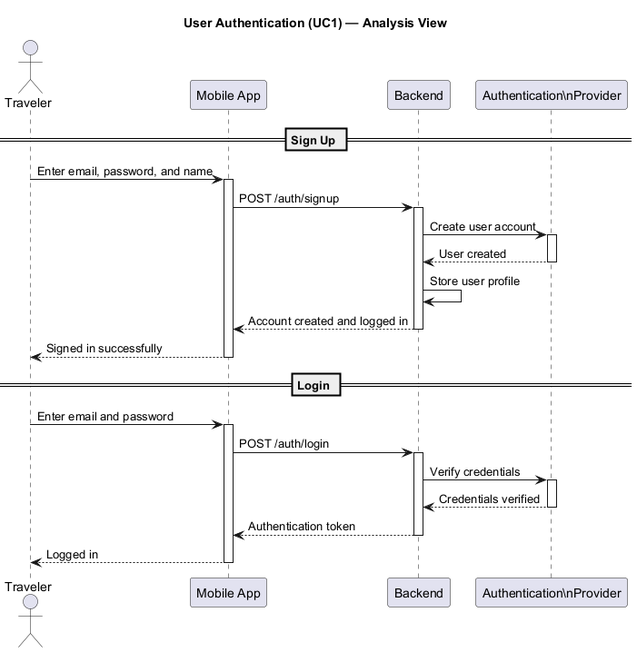
Above: docs/Diagrams/Auth_Flow.png in AbdelrahmanMostafa33/TourMate-AI (PlantUML), before the change. Its diagram source:
```plantuml
@startuml Auth_Flow
title User Authentication (UC1) — Analysis View

actor Traveler
participant "Mobile App" as App
participant "Backend" as Backend
participant "Authentication\\nProvider" as AuthProvider

== Sign Up ==

Traveler -> App: Enter email, password, and name
activate App

App -> Backend: POST /auth/signup
activate Backend

Backend -> AuthProvider: Create user account
activate AuthProvider
AuthProvider --> Backend: User created
deactivate AuthProvider

Backend -> Backend: Store user profile
Backend --> App: Account created and logged in
deactivate Backend

App --> Traveler: Signed in successfully
deactivate App

== Login ==

Traveler -> App: Enter email and password
activate App

App -> Backend: POST /auth/login
activate Backend

Backend -> AuthProvider: Verify credentials
activate AuthProvider
AuthProvider --> Backend: Credentials verified
deactivate AuthProvider

Backend --> App: Authentication token
deactivate Backend

App --> Traveler: Logged in
deactivate App

@enduml
```
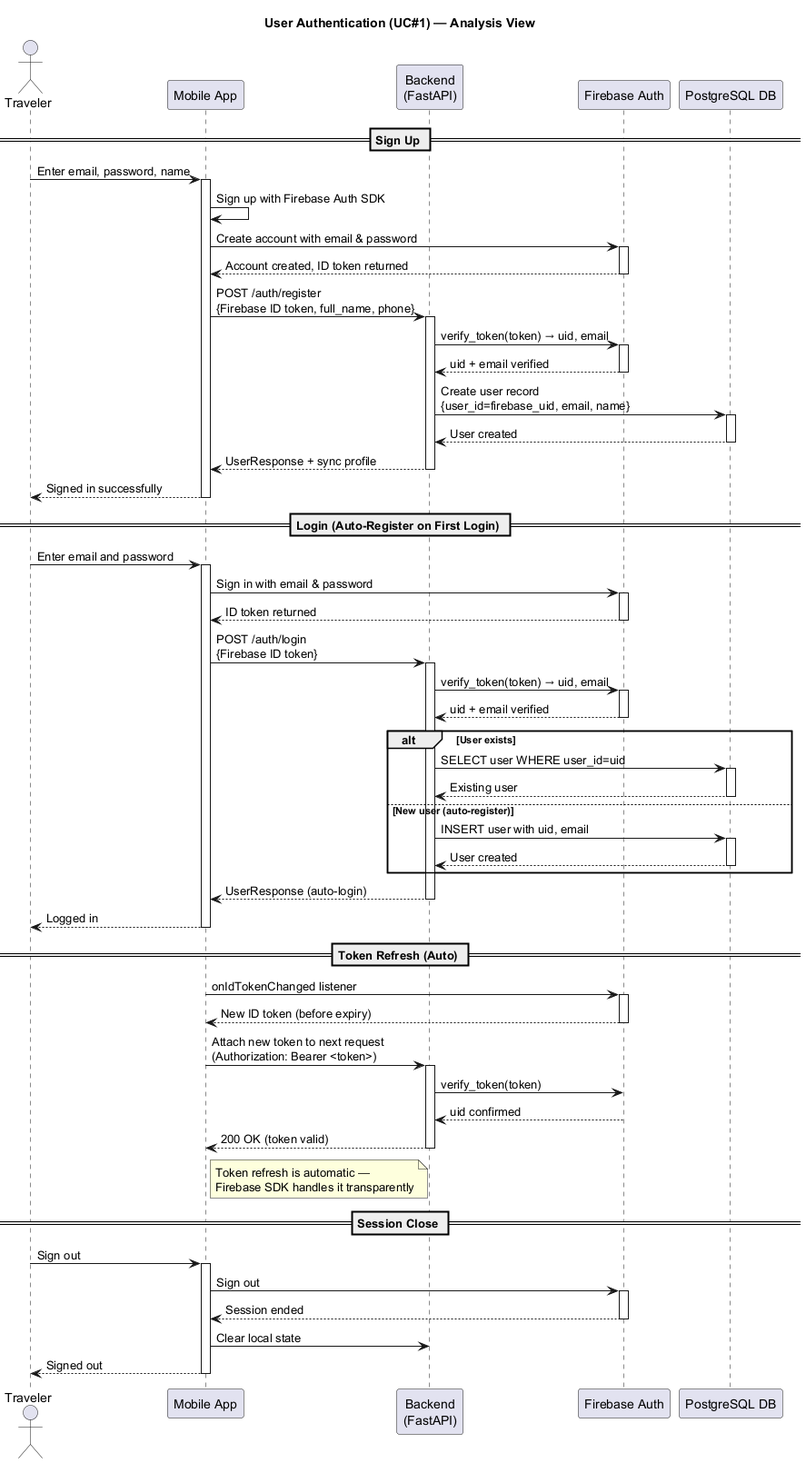
After the commit.

The edit, as a diff of the source:
```diff
@@ -1,48 +1,107 @@
 @startuml Auth_Flow
-title User Authentication (UC1) — Analysis View
+title User Authentication (UC#1) — Analysis View
 
 actor Traveler
 participant "Mobile App" as App
-participant "Backend" as Backend
-participant "Authentication\\nProvider" as AuthProvider
+participant "Backend\n(FastAPI)" as Backend
+participant "Firebase Auth" as Firebase
+participant "PostgreSQL DB" as DB
 
 == Sign Up ==
 
-Traveler -> App: Enter email, password, and name
+Traveler -> App: Enter email, password, name
 activate App
 
-App -> Backend: POST /auth/signup
+App -> App: Sign up with Firebase Auth SDK
+
+App -> Firebase: Create account with email & password
+activate Firebase
+Firebase --> App: Account created, ID token returned
+deactivate Firebase
+
+App -> Backend: POST /auth/register\n{Firebase ID token, full_name, phone}
 activate Backend
 
-Backend -> AuthProvider: Create user account
-activate AuthProvider
-AuthProvider --> Backend: User created
-deactivate AuthProvider
+Backend -> Firebase: verify_token(token) → uid, email
+activate Firebase
+Firebase --> Backend: uid + email verified
+deactivate Firebase
 
-Backend -> Backend: Store user profile
-Backend --> App: Account created and logged in
+Backend -> DB: Create user record\n{user_id=firebase_uid, email, name}
+activate DB
+DB --> Backend: User created
+deactivate DB
+
+Backend --> App: UserResponse + sync profile
 deactivate Backend
 
 App --> Traveler: Signed in successfully
 deactivate App
 
-== Login ==
+== Login (Auto-Register on First Login) ==
 
 Traveler -> App: Enter email and password
 activate App
 
-App -> Backend: POST /auth/login
+App -> Firebase: Sign in with email & password
+activate Firebase
+Firebase --> App: ID token returned
+deactivate Firebase
+
+App -> Backend: POST /auth/login\n{Firebase ID token}
 activate Backend
 
-Backend -> AuthProvider: Verify credentials
-activate AuthProvider
-AuthProvider --> Backend: Credentials verified
-deactivate AuthProvider
+Backend -> Firebase: verify_token(token) → uid, email
+activate Firebase
+Firebase --> Backend: uid + email verified
+deactivate Firebase
 
-Backend --> App: Authentication token
+alt User exists
+  Backend -> DB: SELECT user WHERE user_id=uid
+  activate DB
+  DB --> Backend: Existing user
+  deactivate DB
+else New user (auto-register)
+  Backend -> DB: INSERT user with uid, email
+  activate DB
+  DB --> Backend: User created
+  deactivate DB
+end
+
+Backend --> App: UserResponse (auto-login)
 deactivate Backend
 
 App --> Traveler: Logged in
 deactivate App
 
+== Token Refresh (Auto) ==
+
+App -> Firebase: onIdTokenChanged listener
+activate Firebase
+Firebase --> App: New ID token (before expiry)
+deactivate Firebase
+
+App -> Backend: Attach new token to next request\n(Authorization: Bearer <token>)
+activate Backend
+Backend -> Firebase: verify_token(token)
+Firebase --> Backend: uid confirmed
+Backend --> App: 200 OK (token valid)
+deactivate Backend
+
+Note right of App: Token refresh is automatic —\nFirebase SDK handles it transparently
+
+== Session Close ==
+
+Traveler -> App: Sign out
+activate App
+
+App -> Firebase: Sign out
+activate Firebase
+Firebase --> App: Session ended
+deactivate Firebase
+
+App -> Backend: Clear local state
+App --> Traveler: Signed out
+deactivate App
+
 @enduml
```
